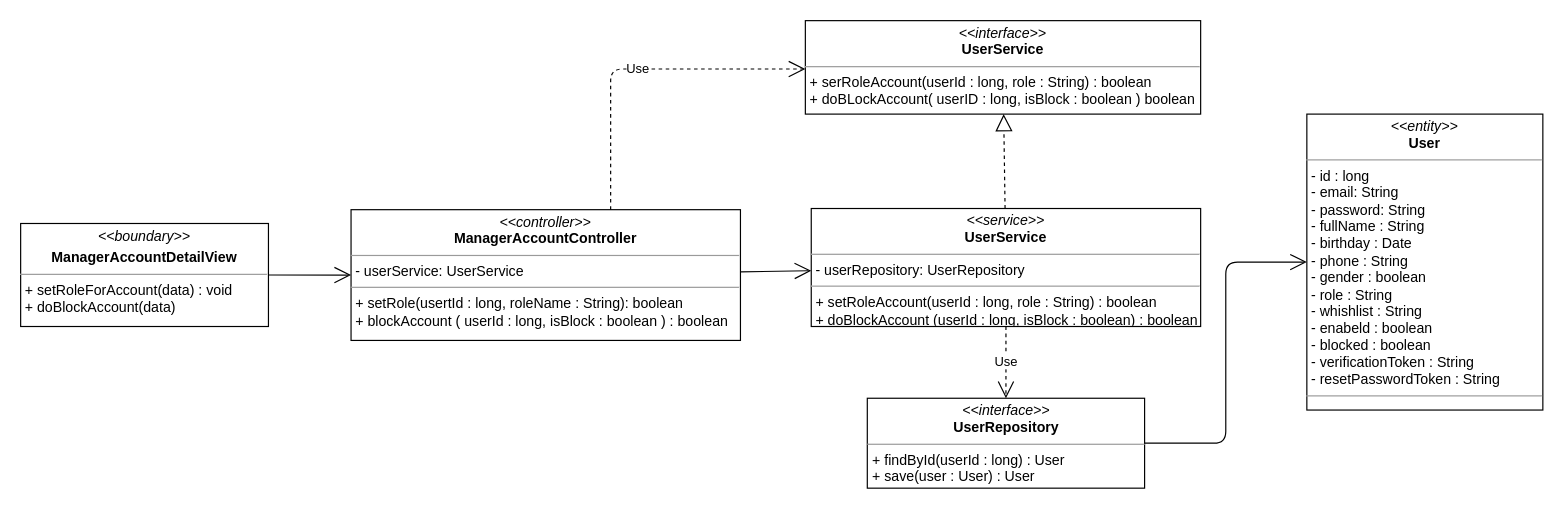
This is class diagram/set-role-account-class-diagram.drawio from nguyenphamvan/datn_20202, a draw.io file, before an edit. Source tidied: cells renumbered, new cells numbered last; positions are measured from the earlier drawing's top-left corner, leaving out a move shared by most shapes. Both pictures are drawn from the tidied source at 118%, with x=0, y=0 at pixel (20, 20).
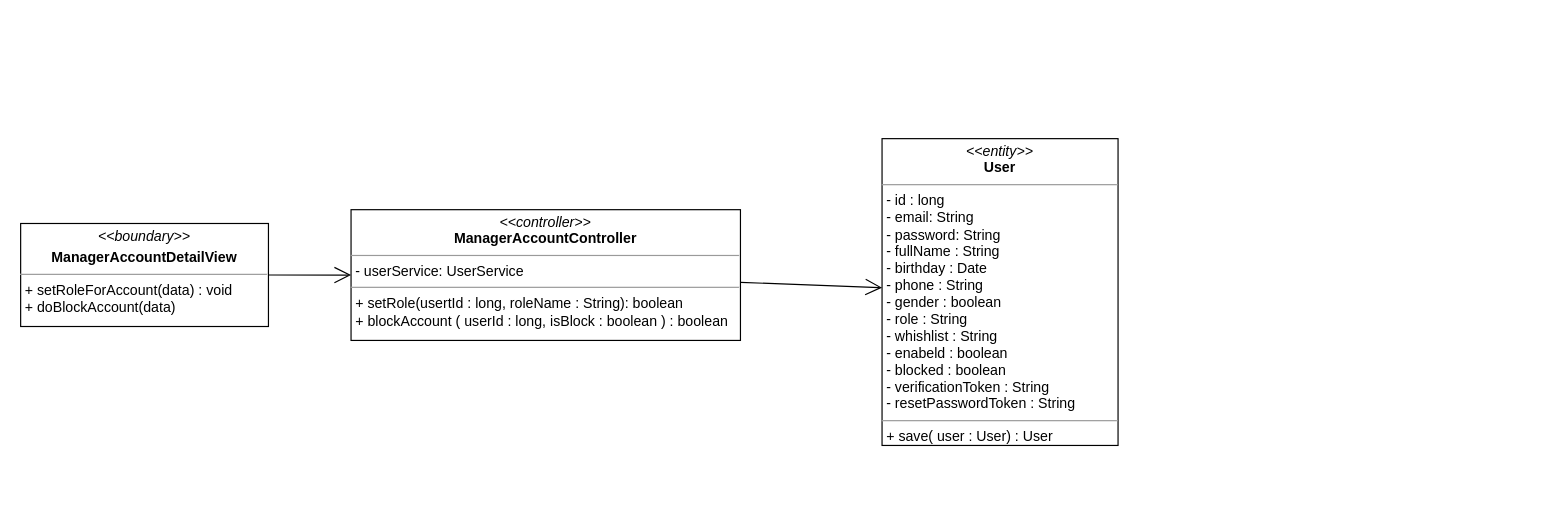
The same page after the edit.

Change to the diagram source:
```diff
@@
 <mxGraphModel>
   <root>
     <mxCell id="0" />
     <mxCell id="1" parent="0" />
     <mxCell id="2" value="&lt;p style=&quot;margin: 0px ; margin-top: 4px ; text-align: center&quot;&gt;&lt;i&gt;&amp;lt;&amp;lt;boundary&amp;gt;&amp;gt;&lt;/i&gt;&lt;/p&gt;&lt;p style=&quot;margin: 0px ; margin-top: 4px ; text-align: center&quot;&gt;&lt;b&gt;ManagerAccountDetailView&lt;/b&gt;&lt;/p&gt;&lt;hr size=&quot;1&quot;&gt;&lt;p style=&quot;margin: 0px ; margin-left: 4px&quot;&gt;&lt;span&gt;+ setRoleForAccount(data) : void&lt;/span&gt;&lt;br&gt;&lt;/p&gt;&lt;p style=&quot;margin: 0px ; margin-left: 4px&quot;&gt;&lt;span&gt;+ doBlockAccount(data)&lt;/span&gt;&lt;/p&gt;" style="verticalAlign=top;align=left;overflow=fill;fontSize=12;fontFamily=Helvetica;html=1;" parent="1" vertex="1">
       <mxGeometry y="171.9" width="210" height="87.3" as="geometry" />
     </mxCell>
     <mxCell id="3" style="endArrow=open;endFill=1;endSize=12;html=1;entryX=0;entryY=0.5;entryDx=0;entryDy=0;exitX=1;exitY=0.5;exitDx=0;exitDy=0;" parent="1" edge="1" source="2" target="8">
       <mxGeometry relative="1" as="geometry" />
     </mxCell>
-    <mxCell id="4" style="endArrow=open;endFill=1;endSize=12;html=1;entryX=0;entryY=0.5;entryDx=0;entryDy=0;exitX=1;exitY=0.5;exitDx=0;exitDy=0;edgeStyle=orthogonalEdgeStyle;" parent="1" edge="1" source="6" target="5">
-      <mxGeometry relative="1" as="geometry" />
-    </mxCell>
-    <mxCell id="5" value="&lt;p style=&quot;margin: 0px ; margin-top: 4px ; text-align: center&quot;&gt;&lt;i&gt;&amp;lt;&amp;lt;entity&amp;gt;&amp;gt;&lt;/i&gt;&lt;br&gt;&lt;b&gt;User&lt;/b&gt;&lt;/p&gt;&lt;hr size=&quot;1&quot;&gt;&lt;p style=&quot;margin: 0px ; margin-left: 4px&quot;&gt;- id : long&lt;/p&gt;&lt;p style=&quot;margin: 0px ; margin-left: 4px&quot;&gt;- email: String&lt;br&gt;- password: String&lt;/p&gt;&lt;p style=&quot;margin: 0px ; margin-left: 4px&quot;&gt;- fullName : String&lt;/p&gt;&lt;p style=&quot;margin: 0px ; margin-left: 4px&quot;&gt;- birthday : Date&lt;/p&gt;&lt;p style=&quot;margin: 0px ; margin-left: 4px&quot;&gt;- phone : String&lt;/p&gt;&lt;p style=&quot;margin: 0px ; margin-left: 4px&quot;&gt;- gender : boolean&lt;/p&gt;&lt;p style=&quot;margin: 0px ; margin-left: 4px&quot;&gt;- role : String&lt;/p&gt;&lt;p style=&quot;margin: 0px ; margin-left: 4px&quot;&gt;- whishlist : String&lt;/p&gt;&lt;p style=&quot;margin: 0px ; margin-left: 4px&quot;&gt;- enabeld : boolean&lt;/p&gt;&lt;p style=&quot;margin: 0px ; margin-left: 4px&quot;&gt;- blocked : boolean&lt;/p&gt;&lt;p style=&quot;margin: 0px ; margin-left: 4px&quot;&gt;- verificationToken : String&lt;/p&gt;&lt;p style=&quot;margin: 0px ; margin-left: 4px&quot;&gt;- resetPasswordToken : String&lt;/p&gt;&lt;hr size=&quot;1&quot;&gt;&lt;p style=&quot;margin: 0px ; margin-left: 4px&quot;&gt;&lt;br&gt;&lt;/p&gt;" style="verticalAlign=top;align=left;overflow=fill;fontSize=12;fontFamily=Helvetica;html=1;" parent="1" vertex="1">
-      <mxGeometry x="1090" y="79.2" width="200" height="250.8" as="geometry" />
+    <mxCell id="5" value="&lt;p style=&quot;margin: 0px ; margin-top: 4px ; text-align: center&quot;&gt;&lt;i&gt;&amp;lt;&amp;lt;entity&amp;gt;&amp;gt;&lt;/i&gt;&lt;br&gt;&lt;b&gt;User&lt;/b&gt;&lt;/p&gt;&lt;hr size=&quot;1&quot;&gt;&lt;p style=&quot;margin: 0px ; margin-left: 4px&quot;&gt;- id : long&lt;/p&gt;&lt;p style=&quot;margin: 0px ; margin-left: 4px&quot;&gt;- email: String&lt;br&gt;- password: String&lt;/p&gt;&lt;p style=&quot;margin: 0px ; margin-left: 4px&quot;&gt;- fullName : String&lt;/p&gt;&lt;p style=&quot;margin: 0px ; margin-left: 4px&quot;&gt;- birthday : Date&lt;/p&gt;&lt;p style=&quot;margin: 0px ; margin-left: 4px&quot;&gt;- phone : String&lt;/p&gt;&lt;p style=&quot;margin: 0px ; margin-left: 4px&quot;&gt;- gender : boolean&lt;/p&gt;&lt;p style=&quot;margin: 0px ; margin-left: 4px&quot;&gt;- role : String&lt;/p&gt;&lt;p style=&quot;margin: 0px ; margin-left: 4px&quot;&gt;- whishlist : String&lt;/p&gt;&lt;p style=&quot;margin: 0px ; margin-left: 4px&quot;&gt;- enabeld : boolean&lt;/p&gt;&lt;p style=&quot;margin: 0px ; margin-left: 4px&quot;&gt;- blocked : boolean&lt;/p&gt;&lt;p style=&quot;margin: 0px ; margin-left: 4px&quot;&gt;- verificationToken : String&lt;/p&gt;&lt;p style=&quot;margin: 0px ; margin-left: 4px&quot;&gt;- resetPasswordToken : String&lt;/p&gt;&lt;hr size=&quot;1&quot;&gt;&lt;p style=&quot;margin: 0px ; margin-left: 4px&quot;&gt;+ save( user : User) : User&lt;/p&gt;" style="verticalAlign=top;align=left;overflow=fill;fontSize=12;fontFamily=Helvetica;html=1;" parent="1" vertex="1">
+      <mxGeometry x="730" y="100" width="200" height="260" as="geometry" />
     </mxCell>
-    <mxCell id="6" value="&lt;p style=&quot;margin: 0px ; margin-top: 4px ; text-align: center&quot;&gt;&lt;i&gt;&amp;lt;&amp;lt;interface&amp;gt;&amp;gt;&lt;/i&gt;&lt;br&gt;&lt;b&gt;UserRepository&lt;/b&gt;&lt;/p&gt;&lt;hr size=&quot;1&quot;&gt;&lt;p style=&quot;margin: 0px ; margin-left: 4px&quot;&gt;+ findById(userId : long) : User&lt;/p&gt;&lt;p style=&quot;margin: 0px ; margin-left: 4px&quot;&gt;+ save(user : User) : User&lt;/p&gt;" style="verticalAlign=top;align=left;overflow=fill;fontSize=12;fontFamily=Helvetica;html=1;" parent="1" vertex="1">
-      <mxGeometry x="717.5" y="320" width="235" height="76.2" as="geometry" />
-    </mxCell>
-    <mxCell id="7" value="&lt;p style=&quot;margin: 0px ; margin-top: 4px ; text-align: center&quot;&gt;&lt;i&gt;&amp;lt;&amp;lt;interface&amp;gt;&amp;gt;&lt;/i&gt;&lt;br&gt;&lt;b&gt;UserService&lt;/b&gt;&lt;/p&gt;&lt;hr size=&quot;1&quot;&gt;&lt;p style=&quot;margin: 0px ; margin-left: 4px&quot;&gt;+ serRoleAccount(userId : long, role : String) : boolean&lt;/p&gt;&lt;p style=&quot;margin: 0px ; margin-left: 4px&quot;&gt;+ doBLockAccount( userID : long, isBlock : boolean ) boolean&lt;/p&gt;" style="verticalAlign=top;align=left;overflow=fill;fontSize=12;fontFamily=Helvetica;html=1;" parent="1" vertex="1">
-      <mxGeometry x="665" width="335" height="79.2" as="geometry" />
-    </mxCell>
     <mxCell id="8" value="&lt;p style=&quot;margin: 0px ; margin-top: 4px ; text-align: center&quot;&gt;&lt;i&gt;&amp;lt;&amp;lt;controller&amp;gt;&amp;gt;&lt;/i&gt;&lt;br&gt;&lt;b&gt;ManagerAccountController&lt;/b&gt;&lt;br&gt;&lt;/p&gt;&lt;hr size=&quot;1&quot;&gt;&lt;p style=&quot;margin: 0px ; margin-left: 4px&quot;&gt;- userService: UserService&lt;br&gt;&lt;/p&gt;&lt;hr size=&quot;1&quot;&gt;&lt;p style=&quot;margin: 0px ; margin-left: 4px&quot;&gt;+ setRole(usertId : long, roleName : String): boolean&lt;br&gt;&lt;/p&gt;&lt;p style=&quot;margin: 0px ; margin-left: 4px&quot;&gt;+ blockAccount ( userId : long, isBlock : boolean ) : boolean&lt;/p&gt;" style="verticalAlign=top;align=left;overflow=fill;fontSize=12;fontFamily=Helvetica;html=1;" parent="1" vertex="1">
       <mxGeometry x="280" y="160.2" width="330" height="110.8" as="geometry" />
     </mxCell>
-    <mxCell id="9" value="&lt;p style=&quot;margin: 0px ; margin-top: 4px ; text-align: center&quot;&gt;&lt;i&gt;&amp;lt;&amp;lt;service&amp;gt;&amp;gt;&lt;/i&gt;&lt;br&gt;&lt;b&gt;UserService&lt;/b&gt;&lt;/p&gt;&lt;hr size=&quot;1&quot;&gt;&lt;p style=&quot;margin: 0px ; margin-left: 4px&quot;&gt;- userRepository: UserRepository&lt;br&gt;&lt;/p&gt;&lt;hr size=&quot;1&quot;&gt;&lt;p style=&quot;margin: 0px ; margin-left: 4px&quot;&gt;+ setRoleAccount(userId : long, role : String) : boolean&lt;br&gt;&lt;/p&gt;&lt;p style=&quot;margin: 0px ; margin-left: 4px&quot;&gt;+ doBlockAccount (userId : long, isBlock : boolean) : boolean&lt;/p&gt;" style="verticalAlign=top;align=left;overflow=fill;fontSize=12;fontFamily=Helvetica;html=1;" parent="1" vertex="1">
-      <mxGeometry x="670" y="159.2" width="330" height="100" as="geometry" />
-    </mxCell>
-    <mxCell id="10" value="Use" style="endArrow=open;endSize=12;dashed=1;html=1;edgeStyle=orthogonalEdgeStyle;" parent="1" edge="1" source="8" target="7">
-      <mxGeometry relative="1" as="geometry">
-        <Array as="points">
-          <mxPoint x="500" y="41" />
-        </Array>
-      </mxGeometry>
-    </mxCell>
-    <mxCell id="11" style="endArrow=block;dashed=1;endFill=0;endSize=12;html=1;" parent="1" edge="1" source="9" target="7">
-      <mxGeometry relative="1" as="geometry" />
-    </mxCell>
-    <mxCell id="12" value="Use" style="endArrow=open;endSize=12;dashed=1;html=1;" parent="1" edge="1" source="9" target="6">
-      <mxGeometry relative="1" as="geometry" />
-    </mxCell>
-    <mxCell id="13" style="endArrow=open;endFill=1;endSize=12;html=1;" parent="1" edge="1" source="8" target="9">
+    <mxCell id="13" style="endArrow=open;endFill=1;endSize=12;html=1;" parent="1" edge="1" source="8" target="5">
       <mxGeometry relative="1" as="geometry" />
     </mxCell>
   </root>
 </mxGraphModel>
```
